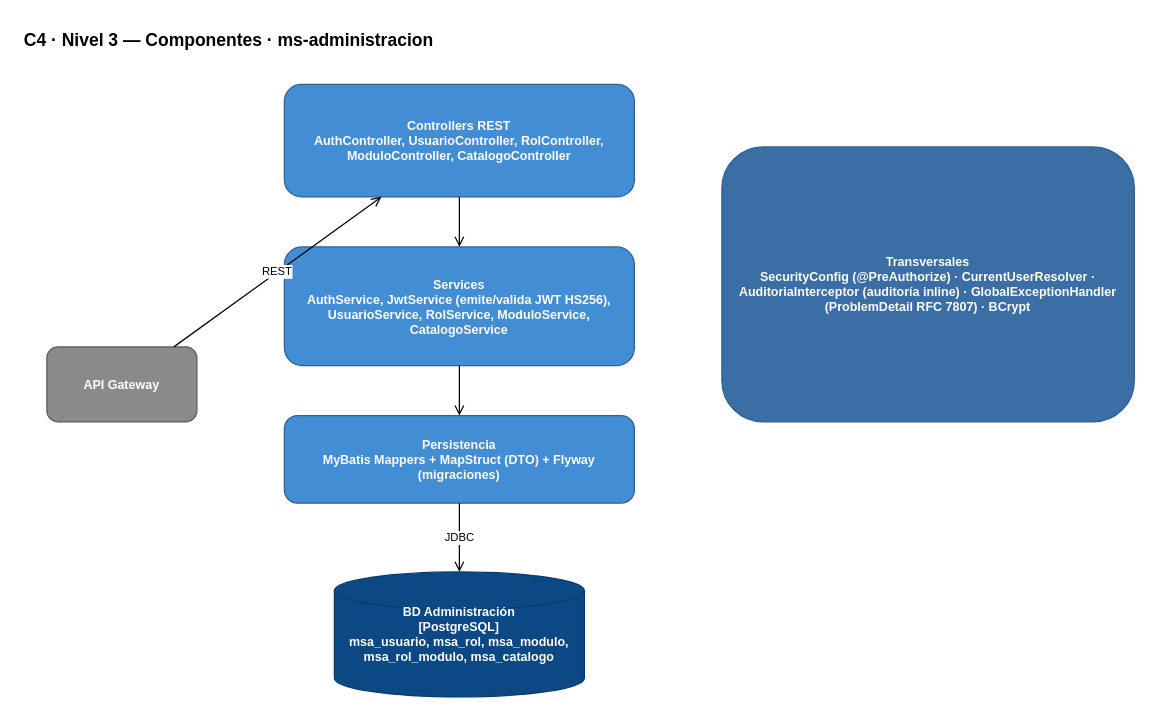
tfm-missi-2026/orquestacion keeps this draw.io diagram as page "5. Comp · ms-administracion" (5 of 7) of Docs/C4_Model/SPSRT_C4.drawio. Above is the earlier version. Source tidied: cells renumbered, new cells numbered last; positions are measured from the earlier drawing's top-left corner, leaving out a move shared by most shapes. Both pictures are drawn from the tidied source at 125%, with x=0, y=0 at pixel (21, 21).
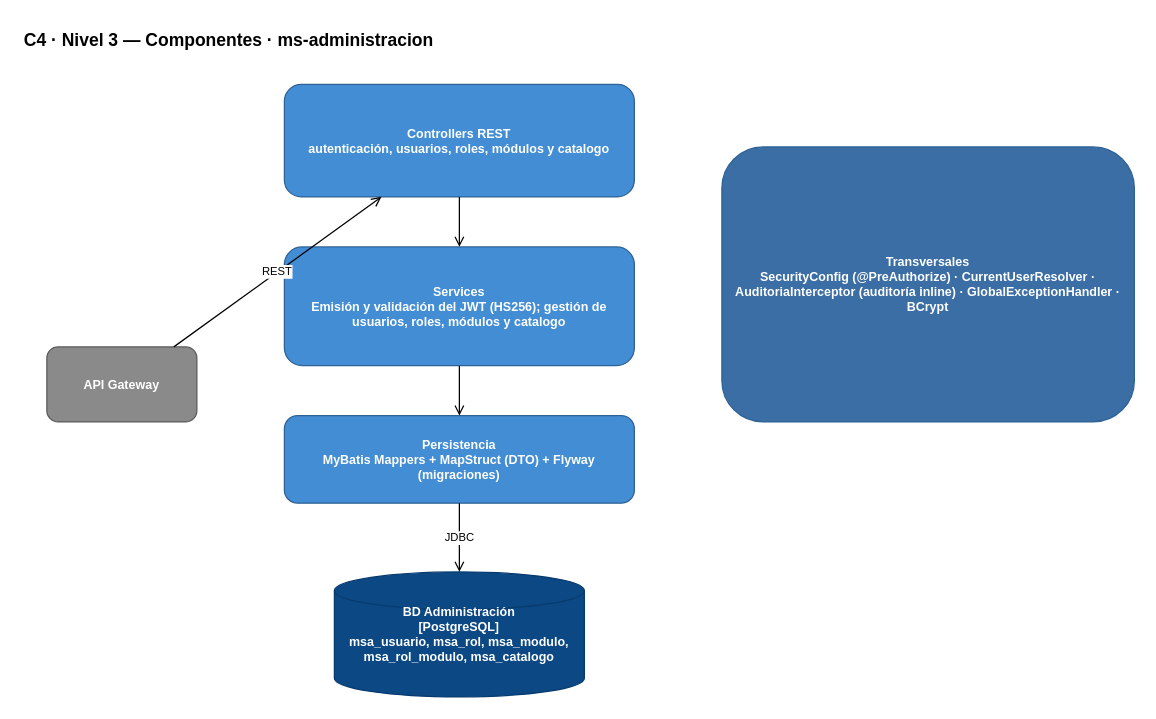
The same diagram, later.

What changed in the source:
```diff
@@
 <mxGraphModel>
   <root>
     <mxCell id="0" />
     <mxCell id="1" parent="0" />
     <mxCell id="2" value="C4 · Nivel 3 — Componentes · ms-administracion" style="text;html=1;strokeColor=none;fillColor=none;align=left;fontStyle=1;fontSize=14;" parent="1" vertex="1">
       <mxGeometry width="500" height="24" as="geometry" />
     </mxCell>
     <mxCell id="3" value="API Gateway" style="rounded=1;whiteSpace=wrap;html=1;fillColor=#8A8A8A;strokeColor=#5A5A5A;fontColor=#FFFFFF;fontStyle=1;fontSize=10;" parent="1" vertex="1">
       <mxGeometry x="20" y="260" width="120" height="60" as="geometry" />
     </mxCell>
-    <mxCell id="4" value="Controllers REST&lt;br&gt;AuthController, UsuarioController, RolController, ModuloController, CatalogoController" style="rounded=1;whiteSpace=wrap;html=1;fillColor=#438DD5;strokeColor=#2E6295;fontColor=#FFFFFF;fontStyle=1;fontSize=10;" parent="1" vertex="1">
+    <mxCell id="4" value="Controllers REST&lt;br&gt;autenticación, usuarios, roles, módulos y catalogo" style="rounded=1;whiteSpace=wrap;html=1;fillColor=#438DD5;strokeColor=#2E6295;fontColor=#FFFFFF;fontStyle=1;fontSize=10;" parent="1" vertex="1">
       <mxGeometry x="210" y="50" width="280" height="90" as="geometry" />
     </mxCell>
-    <mxCell id="5" value="Services&lt;br&gt;AuthService, JwtService (emite/valida JWT HS256), UsuarioService, RolService, ModuloService, CatalogoService" style="rounded=1;whiteSpace=wrap;html=1;fillColor=#438DD5;strokeColor=#2E6295;fontColor=#FFFFFF;fontStyle=1;fontSize=10;" parent="1" vertex="1">
+    <mxCell id="5" value="Services&lt;br&gt;Emisión y validación del JWT (HS256); gestión de usuarios, roles, módulos y catalogo" style="rounded=1;whiteSpace=wrap;html=1;fillColor=#438DD5;strokeColor=#2E6295;fontColor=#FFFFFF;fontStyle=1;fontSize=10;" parent="1" vertex="1">
       <mxGeometry x="210" y="180" width="280" height="95" as="geometry" />
     </mxCell>
     <mxCell id="6" value="Persistencia&lt;br&gt;MyBatis Mappers + MapStruct (DTO) + Flyway (migraciones)" style="rounded=1;whiteSpace=wrap;html=1;fillColor=#438DD5;strokeColor=#2E6295;fontColor=#FFFFFF;fontStyle=1;fontSize=10;" parent="1" vertex="1">
       <mxGeometry x="210" y="315" width="280" height="70" as="geometry" />
     </mxCell>
-    <mxCell id="7" value="Transversales&lt;br&gt;SecurityConfig (@PreAuthorize) · CurrentUserResolver · AuditoriaInterceptor (auditoría inline) · GlobalExceptionHandler (ProblemDetail RFC 7807) · BCrypt" style="rounded=1;whiteSpace=wrap;html=1;fillColor=#3A6EA5;strokeColor=#2E6295;fontColor=#FFFFFF;fontStyle=1;fontSize=10;" parent="1" vertex="1">
+    <mxCell id="7" value="Transversales&lt;br&gt;SecurityConfig (@PreAuthorize) · CurrentUserResolver · AuditoriaInterceptor (auditoría inline) · GlobalExceptionHandler · BCrypt" style="rounded=1;whiteSpace=wrap;html=1;fillColor=#3A6EA5;strokeColor=#2E6295;fontColor=#FFFFFF;fontStyle=1;fontSize=10;" parent="1" vertex="1">
       <mxGeometry x="560" y="100" width="330" height="220" as="geometry" />
     </mxCell>
     <mxCell id="8" value="BD Administración&lt;br&gt;[PostgreSQL]&lt;br&gt;msa_usuario, msa_rol, msa_modulo, msa_rol_modulo, msa_catalogo" style="shape=cylinder3;whiteSpace=wrap;html=1;fillColor=#0B4884;strokeColor=#073B6F;fontColor=#FFFFFF;fontStyle=1;fontSize=10;" parent="1" vertex="1">
       <mxGeometry x="250" y="440" width="200" height="100" as="geometry" />
     </mxCell>
     <mxCell id="9" value="REST" style="endArrow=open;html=1;fontSize=9;" parent="1" edge="1" source="3" target="4">
       <mxGeometry relative="1" as="geometry" />
     </mxCell>
     <mxCell id="10" style="endArrow=open;html=1;fontSize=9;" parent="1" edge="1" source="4" target="5">
       <mxGeometry relative="1" as="geometry" />
     </mxCell>
     <mxCell id="11" style="endArrow=open;html=1;fontSize=9;" parent="1" edge="1" source="5" target="6">
       <mxGeometry relative="1" as="geometry" />
     </mxCell>
     <mxCell id="12" value="JDBC" style="endArrow=open;html=1;fontSize=9;" parent="1" edge="1" source="6" target="8">
       <mxGeometry relative="1" as="geometry" />
     </mxCell>
   </root>
 </mxGraphModel>
```
